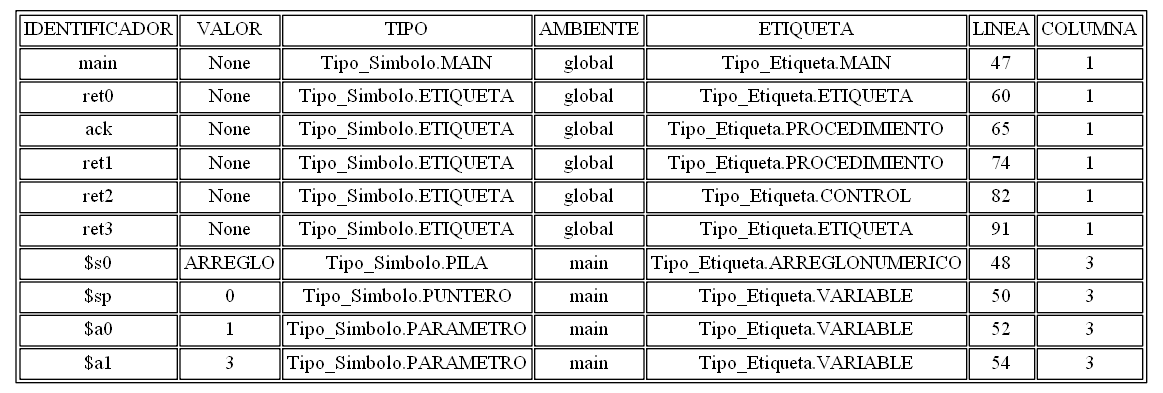
This is tablasimbolos.png from AndreeAvalos/OLC2-AUGUS, a Graphviz export, as it was before one commit. Its source is kept beside it as tablasimbolos.dot.
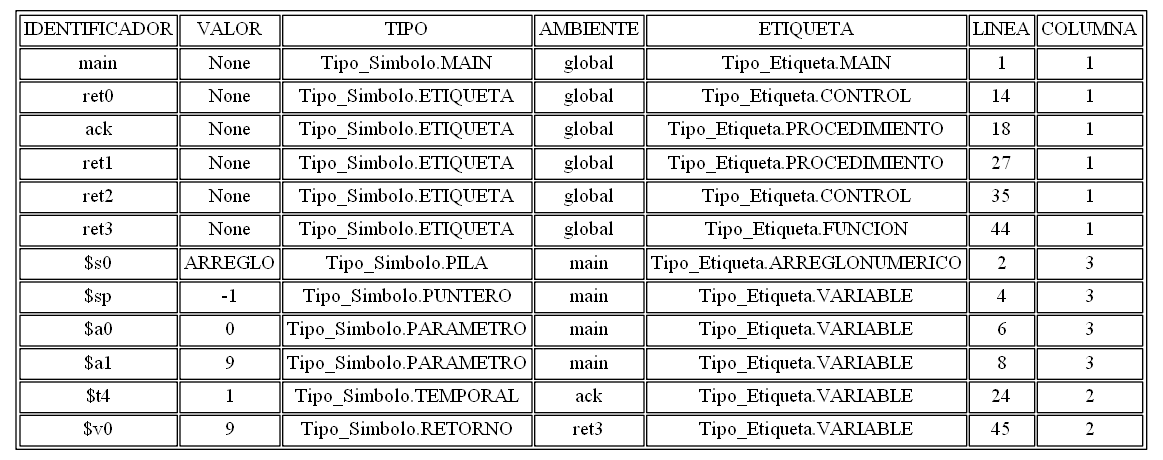
After the commit.

Diff of the diagram source:
```diff
@@ -3,16 +3,18 @@
 graph [bb="0,0,352,154"];
 arset [label=<<TABLE ALIGN="LEFT">
 <TR><TD>IDENTIFICADOR</TD><TD>VALOR</TD><TD>TIPO</TD><TD>AMBIENTE</TD><TD>ETIQUETA</TD><TD>LINEA</TD><TD>COLUMNA</TD></TR>
-<TR><TD>main</TD><TD>None</TD><TD>Tipo_Simbolo.MAIN</TD><TD>global</TD><TD>Tipo_Etiqueta.MAIN</TD><TD>47</TD><TD>1</TD></TR>
-<TR><TD>ret0</TD><TD>None</TD><TD>Tipo_Simbolo.ETIQUETA</TD><TD>global</TD><TD>Tipo_Etiqueta.ETIQUETA</TD><TD>60</TD><TD>1</TD></TR>
-<TR><TD>ack</TD><TD>None</TD><TD>Tipo_Simbolo.ETIQUETA</TD><TD>global</TD><TD>Tipo_Etiqueta.PROCEDIMIENTO</TD><TD>65</TD><TD>1</TD></TR>
-<TR><TD>ret1</TD><TD>None</TD><TD>Tipo_Simbolo.ETIQUETA</TD><TD>global</TD><TD>Tipo_Etiqueta.PROCEDIMIENTO</TD><TD>74</TD><TD>1</TD></TR>
-<TR><TD>ret2</TD><TD>None</TD><TD>Tipo_Simbolo.ETIQUETA</TD><TD>global</TD><TD>Tipo_Etiqueta.CONTROL</TD><TD>82</TD><TD>1</TD></TR>
-<TR><TD>ret3</TD><TD>None</TD><TD>Tipo_Simbolo.ETIQUETA</TD><TD>global</TD><TD>Tipo_Etiqueta.ETIQUETA</TD><TD>91</TD><TD>1</TD></TR>
-<TR><TD>$s0</TD><TD>ARREGLO</TD><TD>Tipo_Simbolo.PILA</TD><TD>main</TD><TD>Tipo_Etiqueta.ARREGLONUMERICO</TD><TD>48</TD><TD>3</TD></TR>
-<TR><TD>$sp</TD><TD>0</TD><TD>Tipo_Simbolo.PUNTERO</TD><TD>main</TD><TD>Tipo_Etiqueta.VARIABLE</TD><TD>50</TD><TD>3</TD></TR>
-<TR><TD>$a0</TD><TD>1</TD><TD>Tipo_Simbolo.PARAMETRO</TD><TD>main</TD><TD>Tipo_Etiqueta.VARIABLE</TD><TD>52</TD><TD>3</TD></TR>
-<TR><TD>$a1</TD><TD>3</TD><TD>Tipo_Simbolo.PARAMETRO</TD><TD>main</TD><TD>Tipo_Etiqueta.VARIABLE</TD><TD>54</TD><TD>3</TD></TR>
+<TR><TD>main</TD><TD>None</TD><TD>Tipo_Simbolo.MAIN</TD><TD>global</TD><TD>Tipo_Etiqueta.MAIN</TD><TD>1</TD><TD>1</TD></TR>
+<TR><TD>ret0</TD><TD>None</TD><TD>Tipo_Simbolo.ETIQUETA</TD><TD>global</TD><TD>Tipo_Etiqueta.CONTROL</TD><TD>14</TD><TD>1</TD></TR>
+<TR><TD>ack</TD><TD>None</TD><TD>Tipo_Simbolo.ETIQUETA</TD><TD>global</TD><TD>Tipo_Etiqueta.PROCEDIMIENTO</TD><TD>18</TD><TD>1</TD></TR>
+<TR><TD>ret1</TD><TD>None</TD><TD>Tipo_Simbolo.ETIQUETA</TD><TD>global</TD><TD>Tipo_Etiqueta.PROCEDIMIENTO</TD><TD>27</TD><TD>1</TD></TR>
+<TR><TD>ret2</TD><TD>None</TD><TD>Tipo_Simbolo.ETIQUETA</TD><TD>global</TD><TD>Tipo_Etiqueta.CONTROL</TD><TD>35</TD><TD>1</TD></TR>
+<TR><TD>ret3</TD><TD>None</TD><TD>Tipo_Simbolo.ETIQUETA</TD><TD>global</TD><TD>Tipo_Etiqueta.FUNCION</TD><TD>44</TD><TD>1</TD></TR>
+<TR><TD>$s0</TD><TD>ARREGLO</TD><TD>Tipo_Simbolo.PILA</TD><TD>main</TD><TD>Tipo_Etiqueta.ARREGLONUMERICO</TD><TD>2</TD><TD>3</TD></TR>
+<TR><TD>$sp</TD><TD>-1</TD><TD>Tipo_Simbolo.PUNTERO</TD><TD>main</TD><TD>Tipo_Etiqueta.VARIABLE</TD><TD>4</TD><TD>3</TD></TR>
+<TR><TD>$a0</TD><TD>0</TD><TD>Tipo_Simbolo.PARAMETRO</TD><TD>main</TD><TD>Tipo_Etiqueta.VARIABLE</TD><TD>6</TD><TD>3</TD></TR>
+<TR><TD>$a1</TD><TD>9</TD><TD>Tipo_Simbolo.PARAMETRO</TD><TD>main</TD><TD>Tipo_Etiqueta.VARIABLE</TD><TD>8</TD><TD>3</TD></TR>
+<TR><TD>$t4</TD><TD>1</TD><TD>Tipo_Simbolo.TEMPORAL</TD><TD>ack</TD><TD>Tipo_Etiqueta.VARIABLE</TD><TD>24</TD><TD>2</TD></TR>
+<TR><TD>$v0</TD><TD>9</TD><TD>Tipo_Simbolo.RETORNO</TD><TD>ret3</TD><TD>Tipo_Etiqueta.VARIABLE</TD><TD>45</TD><TD>2</TD></TR>
 </TABLE>
 >, ];
 }
```
